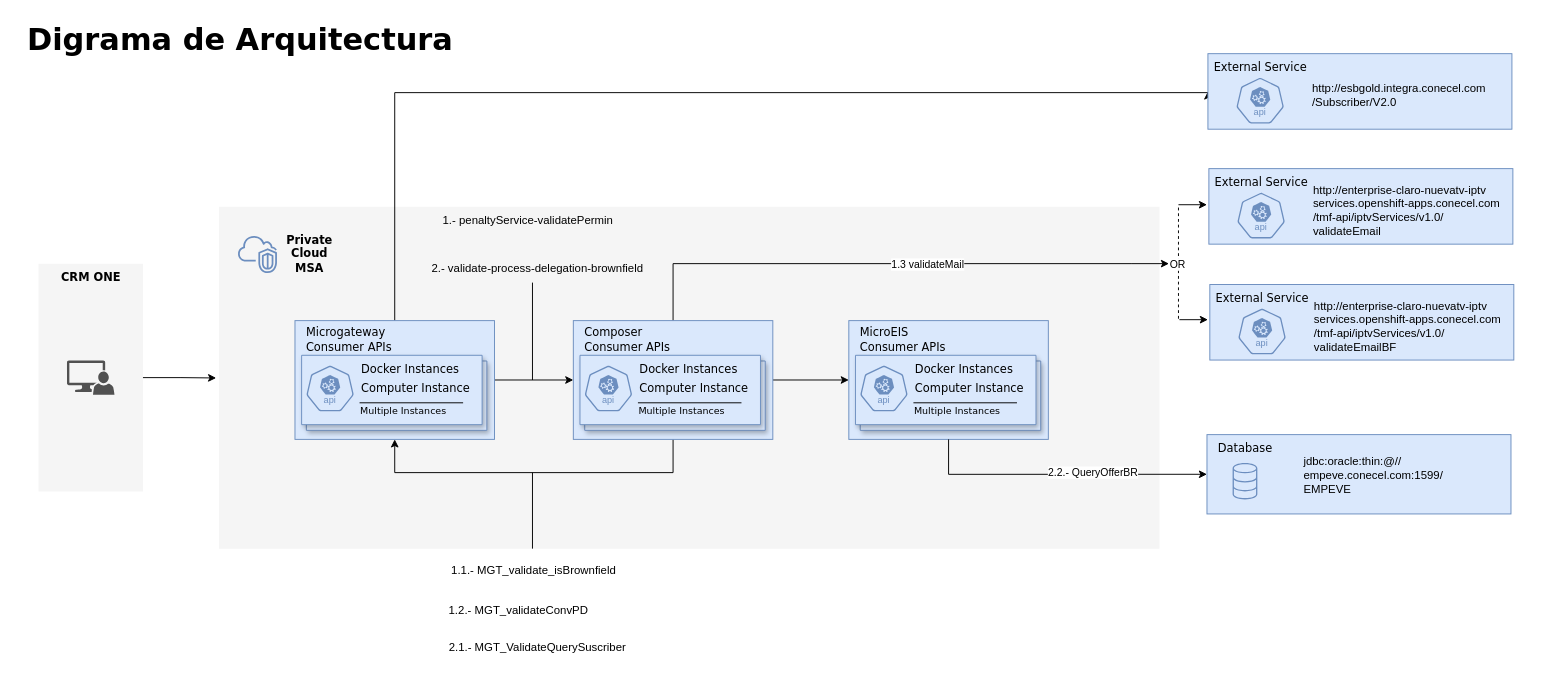
The draw.io diagram brownfield.drawio in efrxngg/claro-configs, before the edit. Source tidied: cells renumbered, new cells numbered last; positions are measured from the earlier drawing's top-left corner, leaving out a move shared by most shapes. Both pictures are drawn from the tidied source at 95%, with x=0, y=0 at pixel (16, 16).
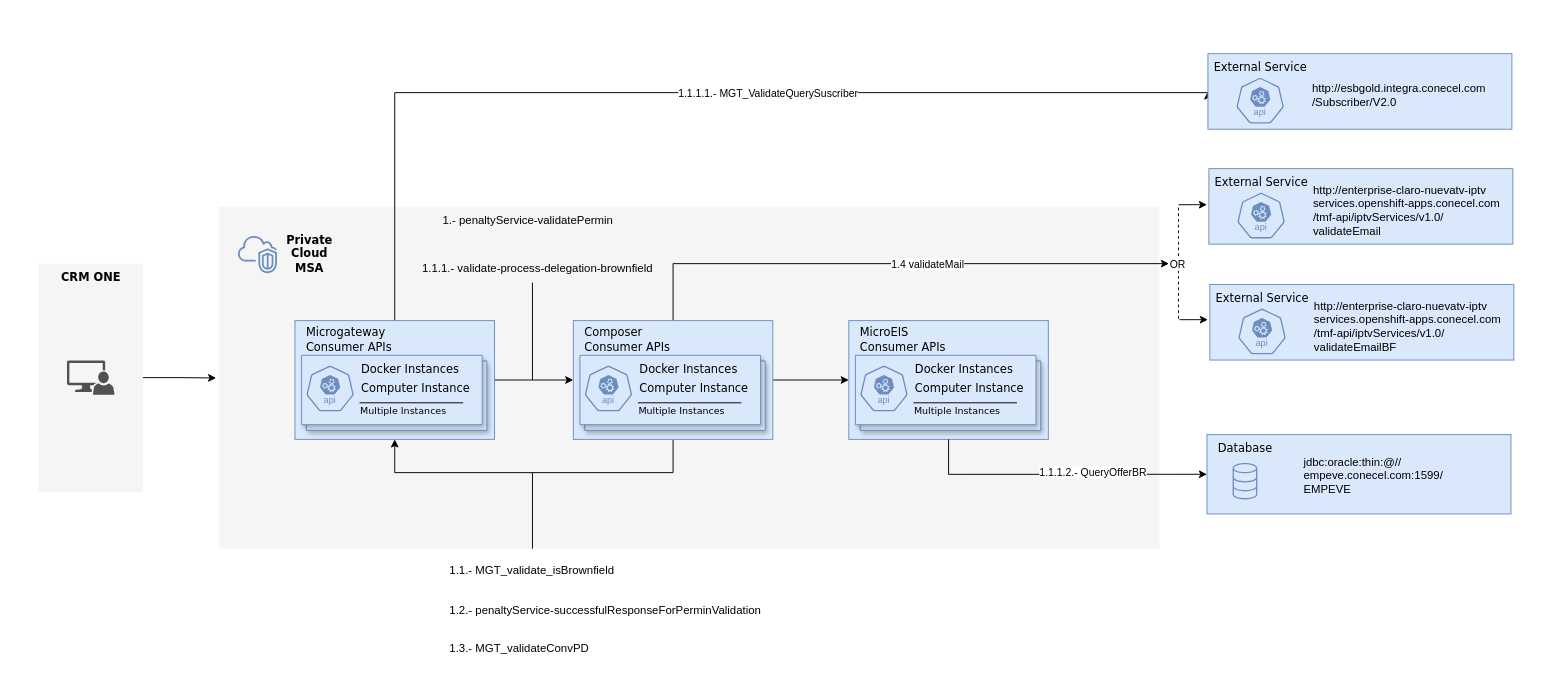
After the change.

The change refers to these unchanged cells:
```xml
<mxCell id="19" style="edgeStyle=orthogonalEdgeStyle;rounded=0;jettySize=auto;html=1;entryX=0;entryY=0.5;entryDx=0;entryDy=0;" parent="1" edge="1" source="20" target="48">
  <mxGeometry relative="1" as="geometry">
    <Array as="points">
      <mxPoint x="398" y="80" />
      <mxPoint x="1254" y="80" />
    </Array>
  </mxGeometry>
</mxCell>
<mxCell id="31" style="edgeStyle=orthogonalEdgeStyle;rounded=0;jettySize=auto;html=1;" parent="1" edge="1" source="33">
  <mxGeometry relative="1" as="geometry">
    <mxPoint x="1213" y="260" as="targetPoint" />
    <Array as="points">
      <mxPoint x="691" y="260" />
      <mxPoint x="1174" y="260" />
    </Array>
  </mxGeometry>
</mxCell>
<mxCell id="52" style="edgeStyle=orthogonalEdgeStyle;rounded=0;jettySize=auto;html=1;exitX=0.5;exitY=1;exitDx=0;exitDy=0;entryX=0;entryY=0.5;entryDx=0;entryDy=0;" parent="1" edge="1" source="9" target="43">
  <mxGeometry relative="1" as="geometry" />
</mxCell>
```

What changed in the source:
```diff
@@
-<mxGraphModel>
+<mxGraphModel background="#ffffff">
@@
-    <mxCell id="3" value="Digrama de Arquitectura" style="text;html=1;align=center;verticalAlign=middle;strokeColor=none;fillColor=none;fontSize=32;fontStyle=1;fontFamily=Verdana;" parent="1" vertex="1">
-      <mxGeometry width="470" height="50" as="geometry" />
-    </mxCell>
@@
+    <mxCell id="79" value="1.1.1.1.- MGT_ValidateQuerySuscriber" style="edgeLabel;html=1;align=center;verticalAlign=middle;" parent="19" vertex="1">
+      <mxGeometry x="0.15" relative="1" as="geometry">
+        <mxPoint x="1" as="offset" />
+      </mxGeometry>
+    </mxCell>
@@
-    <mxCell id="32" value="1.3 validateMail" style="edgeLabel;html=1;align=center;verticalAlign=middle;" parent="31" vertex="1">
+    <mxCell id="32" value="1.4 validateMail" style="edgeLabel;html=1;align=center;verticalAlign=middle;" parent="31" vertex="1">
       <mxGeometry x="0.12" relative="1" as="geometry">
         <mxPoint x="1" as="offset" />
       </mxGeometry>
     </mxCell>
@@
-    <mxCell id="53" value="2.2.- QueryOfferBR" style="edgeLabel;html=1;align=center;verticalAlign=middle;labelBackgroundColor=default;" parent="52" vertex="1">
+    <mxCell id="53" value="1.1.1.2.- QueryOfferBR" style="edgeLabel;html=1;align=center;verticalAlign=middle;labelBackgroundColor=default;" parent="52" vertex="1">
       <mxGeometry x="0.22" y="2" relative="1" as="geometry" />
     </mxCell>
@@
-    <mxCell id="57" value="1.1.- MGT_validate_isBrownfield" style="text;html=1;align=center;verticalAlign=middle;strokeColor=none;fillColor=none;" parent="1" vertex="1">
-      <mxGeometry x="444" y="568" width="200" height="30" as="geometry" />
+    <mxCell id="57" value="1.1.- MGT_validate_isBrownfield" style="text;html=1;align=left;verticalAlign=middle;strokeColor=none;fillColor=none;" parent="1" vertex="1">
+      <mxGeometry x="454" y="568" width="200" height="30" as="geometry" />
     </mxCell>
@@
-    <mxCell id="72" value="2.- validate-process-delegation-brownfield" style="text;html=1;align=center;verticalAlign=middle;strokeColor=none;fillColor=none;" parent="1" vertex="1">
-      <mxGeometry x="423" y="249.5" width="250" height="30" as="geometry" />
+    <mxCell id="72" value="1.1.1.- validate-process-delegation-brownfield" style="text;html=1;align=center;verticalAlign=middle;strokeColor=none;fillColor=none;" parent="1" vertex="1">
+      <mxGeometry x="413" y="249.5" width="270" height="30" as="geometry" />
     </mxCell>
-    <mxCell id="73" value="2.1.- MGT_ValidateQuerySuscriber" style="text;html=1;align=center;verticalAlign=middle;strokeColor=none;fillColor=none;" parent="1" vertex="1">
-      <mxGeometry x="443" y="649" width="210" height="30" as="geometry" />
-    </mxCell>
-    <mxCell id="74" value="1.2.- MGT_validateConvPD" style="text;html=1;align=center;verticalAlign=middle;strokeColor=none;fillColor=none;" parent="1" vertex="1">
-      <mxGeometry x="443" y="610" width="170" height="30" as="geometry" />
+    <mxCell id="74" value="1.3.- MGT_validateConvPD" style="text;html=1;align=left;verticalAlign=middle;strokeColor=none;fillColor=none;" parent="1" vertex="1">
+      <mxGeometry x="454" y="650" width="170" height="30" as="geometry" />
     </mxCell>
@@
+    <mxCell id="80" value="1.2.- penaltyService-successfulResponseForPerminValidation" style="text;html=1;align=left;verticalAlign=middle;strokeColor=none;fillColor=none;" parent="1" vertex="1">
+      <mxGeometry x="454" y="610" width="350" height="30" as="geometry" />
+    </mxCell>
```
